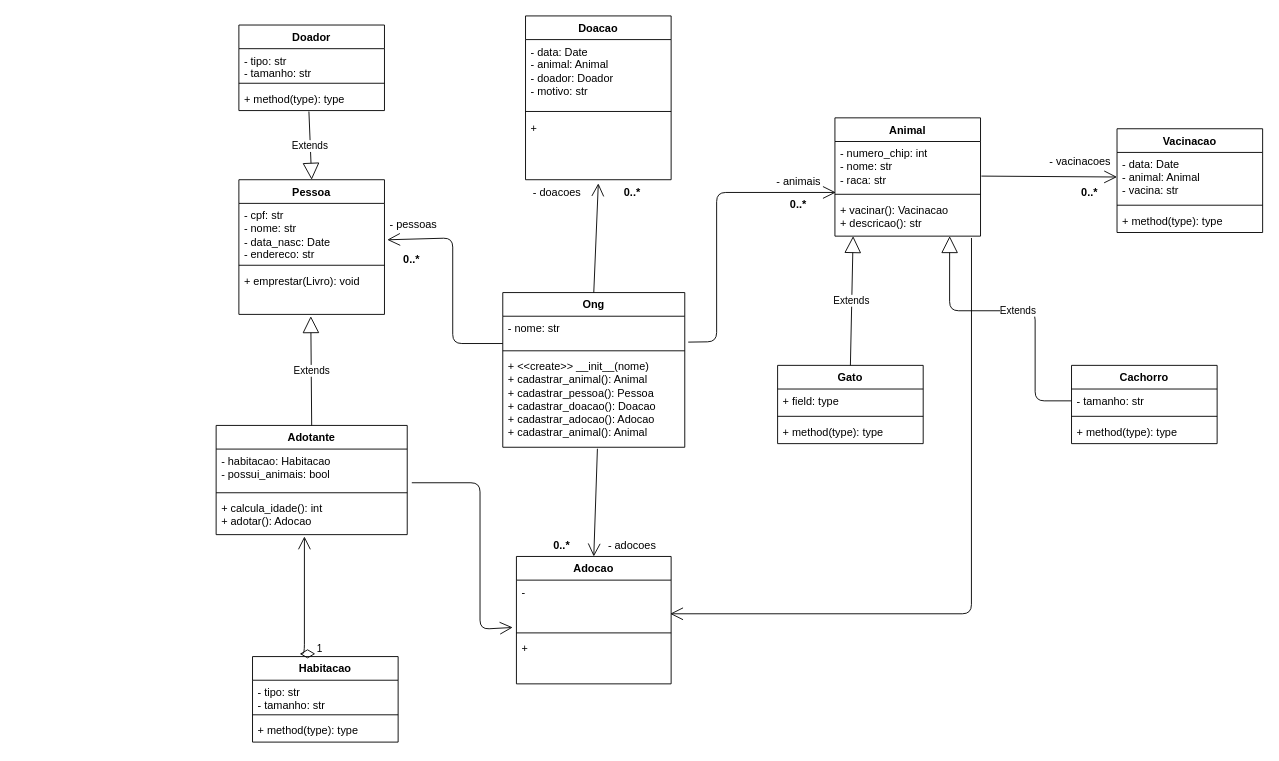
The draw.io diagram AdoçõesONG(Classes).drawio in ChrisBarlera/Trabalho-DSOO1, before the edit. Source tidied: cells renumbered, new cells numbered last; positions are measured from the earlier drawing's top-left corner, leaving out a move shared by most shapes. Both pictures are drawn from the tidied source at 91%, with x=0, y=0 at pixel (216, 15).
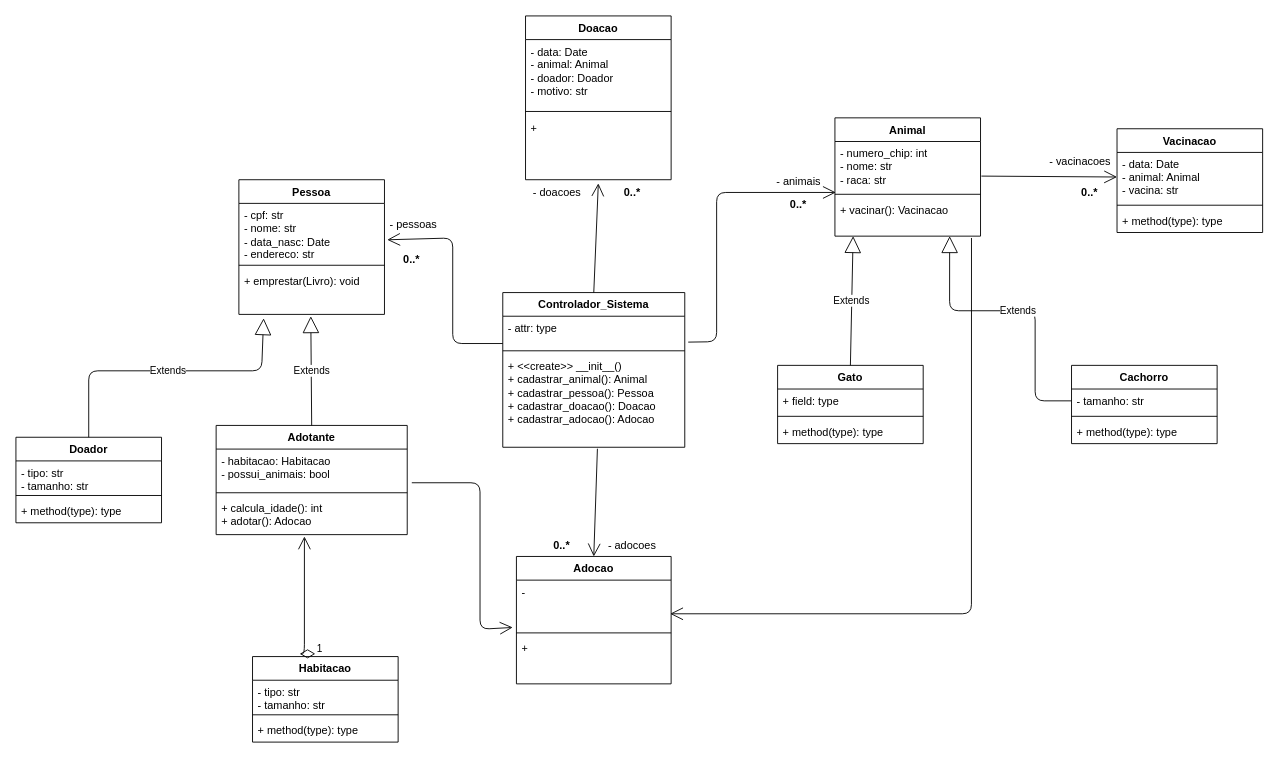
After the change.

The change refers to these unchanged cells:
```xml
<mxCell id="6" value="Pessoa" style="swimlane;fontStyle=1;align=center;verticalAlign=top;horizontal=1;startSize=26;whiteSpace=wrap;html=1;" parent="1" vertex="1">
  <mxGeometry x="25" y="180" width="160" height="148" as="geometry" />
</mxCell>
<mxCell id="9" value="+ emprestar(Livro): void" style="text;strokeColor=none;fillColor=none;align=left;verticalAlign=top;spacingLeft=4;spacingRight=4;overflow=hidden;points=[[0,0.5],[1,0.5]];portConstraint=eastwest;whiteSpace=wrap;html=1;" parent="6" vertex="1">
  <mxGeometry y="98" width="160" height="50" as="geometry" />
</mxCell>
<mxCell id="18" value="Animal" style="swimlane;fontStyle=1;align=center;verticalAlign=top;horizontal=1;startSize=26;whiteSpace=wrap;html=1;" parent="1" vertex="1">
  <mxGeometry x="680" y="112" width="160" height="130" as="geometry" />
</mxCell>
<mxCell id="50" value="+ method(type): type" style="text;strokeColor=none;fillColor=none;align=left;verticalAlign=top;spacingLeft=4;spacingRight=4;overflow=hidden;points=[[0,0.5],[1,0.5]];portConstraint=eastwest;" parent="47" vertex="1">
  <mxGeometry y="68" width="160" height="26" as="geometry" />
</mxCell>
```

What changed in the source:
```diff
@@
-    <mxCell id="2" value="Ong" style="swimlane;fontStyle=1;align=center;verticalAlign=top;horizontal=1;startSize=26;whiteSpace=wrap;html=1;" parent="1" vertex="1">
+    <mxCell id="2" value="Controlador_Sistema" style="swimlane;fontStyle=1;align=center;verticalAlign=top;horizontal=1;startSize=26;whiteSpace=wrap;html=1;" parent="1" vertex="1">
       <mxGeometry x="315" y="304" width="200" height="170" as="geometry" />
     </mxCell>
-    <mxCell id="3" value="- nome: str" style="text;strokeColor=none;fillColor=none;align=left;verticalAlign=top;spacingLeft=4;spacingRight=4;overflow=hidden;points=[[0,0.5],[1,0.5]];portConstraint=eastwest;whiteSpace=wrap;html=1;" parent="2" vertex="1">
+    <mxCell id="3" value="- attr: type" style="text;strokeColor=none;fillColor=none;align=left;verticalAlign=top;spacingLeft=4;spacingRight=4;overflow=hidden;points=[[0,0.5],[1,0.5]];portConstraint=eastwest;whiteSpace=wrap;html=1;" parent="2" vertex="1">
       <mxGeometry y="26" width="200" height="34" as="geometry" />
     </mxCell>
@@
-    <mxCell id="5" value="&lt;span style=&quot;&quot;&gt;+ &amp;lt;&amp;lt;create&amp;gt;&amp;gt; __init__(nome)&lt;/span&gt;&lt;br&gt;+ cadastrar_animal(): Animal&amp;nbsp;&lt;br&gt;+ cadastrar_pessoa(): Pessoa&amp;nbsp;&lt;br&gt;+ cadastrar_doacao(): Doacao&lt;br&gt;+ cadastrar_adocao(): Adocao&lt;br&gt;+ cadastrar_animal(): Animal&amp;nbsp;&amp;nbsp;" style="text;strokeColor=none;fillColor=none;align=left;verticalAlign=top;spacingLeft=4;spacingRight=4;overflow=hidden;points=[[0,0.5],[1,0.5]];portConstraint=eastwest;whiteSpace=wrap;html=1;" parent="2" vertex="1">
+    <mxCell id="5" value="&lt;span style=&quot;&quot;&gt;+ &amp;lt;&amp;lt;create&amp;gt;&amp;gt; __init__()&lt;/span&gt;&lt;br&gt;+ cadastrar_animal(): Animal&amp;nbsp;&lt;br&gt;+ cadastrar_pessoa(): Pessoa&amp;nbsp;&lt;br&gt;+ cadastrar_doacao(): Doacao&lt;br&gt;+ cadastrar_adocao(): Adocao&amp;nbsp;&amp;nbsp;" style="text;strokeColor=none;fillColor=none;align=left;verticalAlign=top;spacingLeft=4;spacingRight=4;overflow=hidden;points=[[0,0.5],[1,0.5]];portConstraint=eastwest;whiteSpace=wrap;html=1;" parent="2" vertex="1">
       <mxGeometry y="68" width="200" height="102" as="geometry" />
     </mxCell>
@@
-    <mxCell id="21" value="+ vacinar(): Vacinacao&lt;div&gt;+ descricao(): str&lt;br&gt;&lt;/div&gt;" style="text;strokeColor=none;fillColor=none;align=left;verticalAlign=top;spacingLeft=4;spacingRight=4;overflow=hidden;points=[[0,0.5],[1,0.5]];portConstraint=eastwest;whiteSpace=wrap;html=1;" parent="18" vertex="1">
+    <mxCell id="21" value="+ vacinar(): Vacinacao" style="text;strokeColor=none;fillColor=none;align=left;verticalAlign=top;spacingLeft=4;spacingRight=4;overflow=hidden;points=[[0,0.5],[1,0.5]];portConstraint=eastwest;whiteSpace=wrap;html=1;" parent="18" vertex="1">
       <mxGeometry y="88" width="160" height="42" as="geometry" />
     </mxCell>
@@
     <mxCell id="47" value="Doador" style="swimlane;fontStyle=1;align=center;verticalAlign=top;horizontal=1;startSize=26;" parent="1" vertex="1">
-      <mxGeometry x="25" y="10" width="160" height="94" as="geometry" />
+      <mxGeometry x="-220" y="463" width="160" height="94" as="geometry" />
     </mxCell>
@@
-    <mxCell id="54" value="Extends" style="endArrow=block;endSize=16;endFill=0;html=1;exitX=0.481;exitY=1.038;exitDx=0;exitDy=0;exitPerimeter=0;entryX=0.5;entryY=0;entryDx=0;entryDy=0;" parent="1" edge="1" source="50" target="6">
-      <mxGeometry relative="1" as="geometry" />
+    <mxCell id="54" value="Extends" style="endArrow=block;endSize=16;endFill=0;html=1;exitX=0.5;exitY=0;exitDx=0;exitDy=0;entryX=0.17;entryY=1.085;entryDx=0;entryDy=0;entryPerimeter=0;" parent="1" edge="1" source="47" target="9">
+      <mxGeometry relative="1" as="geometry">
+        <Array as="points">
+          <mxPoint x="-140" y="390" />
+          <mxPoint x="50" y="390" />
+        </Array>
+      </mxGeometry>
     </mxCell>
```
